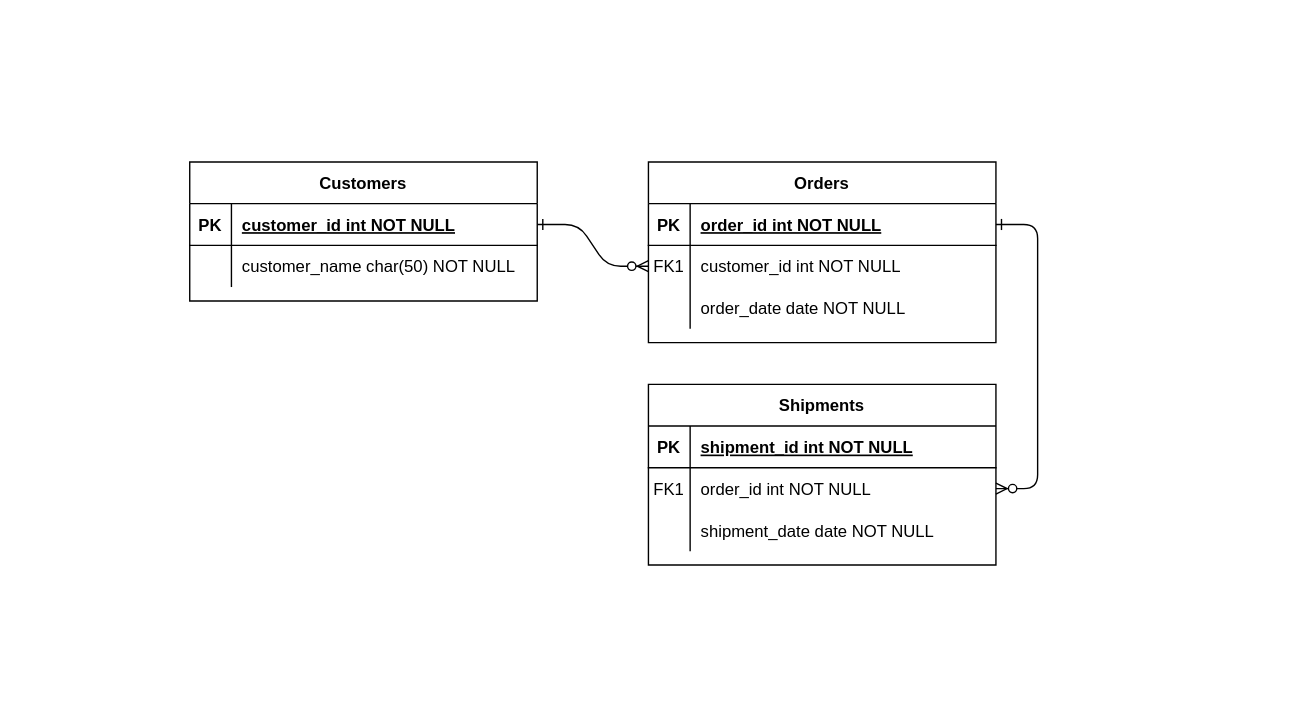
Earlier version of the draw.io diagram docs/ER.drawio (ggtoth/SnakeGame). Source tidied: cells renumbered, new cells numbered last; positions are measured from the earlier drawing's top-left corner, leaving out a move shared by most shapes. Both pictures are drawn from the tidied source at 139%, with x=0, y=0 at pixel (189, 161).
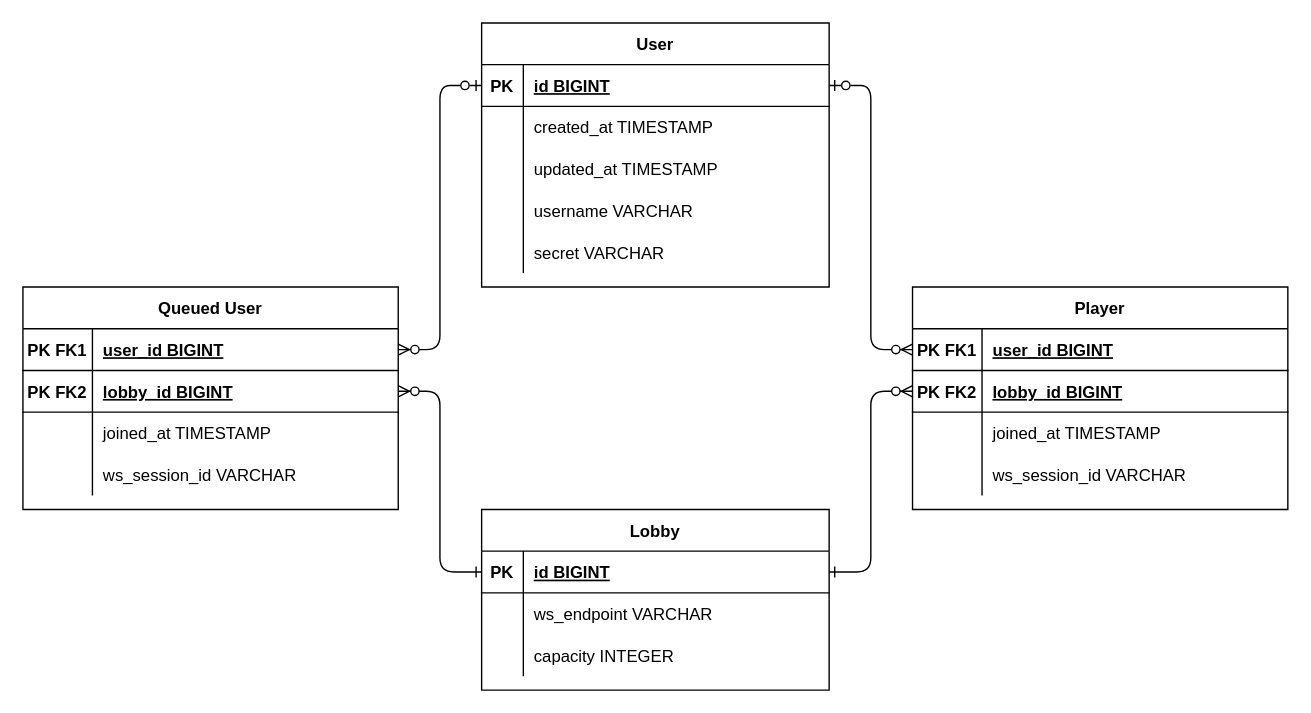
The same page after the edit.

The change refers to these unchanged cells:
```xml
<mxCell id="15" style="shape=partialRectangle;fillColor=none;points=[[0,0.5],[1,0.5]];portConstraint=eastwest;top=0;left=0;right=0;bottom=1;" parent="14" vertex="1">
  <mxGeometry y="30" width="250" height="30" as="geometry" />
</mxCell>
<mxCell id="18" style="shape=partialRectangle;fillColor=none;points=[[0,0.5],[1,0.5]];portConstraint=eastwest;top=0;left=0;right=0;bottom=0;" parent="14" vertex="1">
  <mxGeometry y="60" width="250" height="30" as="geometry" />
</mxCell>
```

Change to the diagram source:
```diff
@@
-    <mxCell id="2" style="edgeStyle=entityRelationEdgeStyle;endArrow=ERzeroToMany;startArrow=ERone;endFill=1;startFill=0;" parent="1" edge="1" source="25" target="8">
+    <mxCell id="2" style="edgeStyle=entityRelationEdgeStyle;endArrow=ERzeroToMany;startArrow=ERzeroToOne;endFill=1;startFill=0;" parent="1" edge="1" source="25" target="5">
       <mxGeometry relative="1" as="geometry" />
     </mxCell>
-    <mxCell id="3" style="edgeStyle=entityRelationEdgeStyle;endArrow=ERzeroToMany;startArrow=ERone;endFill=1;startFill=0;" parent="1" edge="1" source="5" target="18">
-      <mxGeometry relative="1" as="geometry" />
+    <mxCell id="3" style="edgeStyle=entityRelationEdgeStyle;endArrow=ERzeroToMany;startArrow=ERone;endFill=1;startFill=0;" parent="1" edge="1" source="15" target="31">
+      <mxGeometry relative="1" as="geometry">
+        <Array as="points">
+          <mxPoint x="610" y="410" />
+          <mxPoint x="580" y="50" />
+        </Array>
+      </mxGeometry>
     </mxCell>
-    <mxCell id="4" value="Orders" style="shape=table;startSize=30;childLayout=tableLayout;rowLines=0;fontStyle=1;align=center;" parent="1" vertex="1">
-      <mxGeometry x="330" width="250" height="130" as="geometry" />
+    <mxCell id="4" value="Player" style="shape=table;startSize=30;childLayout=tableLayout;rowLines=0;fontStyle=1;align=center;" parent="1" vertex="1">
+      <mxGeometry x="520" y="90" width="270" height="160" as="geometry" />
     </mxCell>
     <mxCell id="5" style="shape=partialRectangle;fillColor=none;points=[[0,0.5],[1,0.5]];portConstraint=eastwest;top=0;left=0;right=0;bottom=1;" parent="4" vertex="1">
-      <mxGeometry y="30" width="250" height="30" as="geometry" />
+      <mxGeometry y="30" width="270" height="30" as="geometry" />
     </mxCell>
-    <mxCell id="6" value="PK" style="shape=partialRectangle;overflow=hidden;fillColor=none;top=0;left=0;bottom=0;right=0;fontStyle=1;" parent="5" vertex="1">
-      <mxGeometry width="30" height="30" as="geometry" />
+    <mxCell id="6" value="PK FK1" style="shape=partialRectangle;overflow=hidden;fillColor=none;top=0;left=0;bottom=0;right=0;fontStyle=1;" parent="5" vertex="1">
+      <mxGeometry width="50" height="30" as="geometry" />
     </mxCell>
-    <mxCell id="7" value="order_id int NOT NULL " style="shape=partialRectangle;overflow=hidden;fillColor=none;top=0;left=0;bottom=0;right=0;align=left;spacingLeft=6;fontStyle=5;" parent="5" vertex="1">
-      <mxGeometry x="30" width="220" height="30" as="geometry" />
+    <mxCell id="7" value="user_id BIGINT" style="shape=partialRectangle;overflow=hidden;fillColor=none;top=0;left=0;bottom=0;right=0;align=left;spacingLeft=6;fontStyle=5;" parent="5" vertex="1">
+      <mxGeometry x="50" width="220" height="30" as="geometry" />
     </mxCell>
-    <mxCell id="8" style="shape=partialRectangle;fillColor=none;points=[[0,0.5],[1,0.5]];portConstraint=eastwest;top=0;left=0;right=0;bottom=0;" parent="4" vertex="1">
-      <mxGeometry y="60" width="250" height="30" as="geometry" />
-    </mxCell>
-    <mxCell id="9" value="FK1" style="shape=partialRectangle;overflow=hidden;fillColor=none;top=0;left=0;bottom=0;right=0;" parent="8" vertex="1">
-      <mxGeometry width="30" height="30" as="geometry" />
-    </mxCell>
-    <mxCell id="10" value="customer_id int NOT NULL" style="shape=partialRectangle;overflow=hidden;fillColor=none;top=0;left=0;bottom=0;right=0;align=left;spacingLeft=6;" parent="8" vertex="1">
-      <mxGeometry x="30" width="220" height="30" as="geometry" />
-    </mxCell>
-    <mxCell id="11" style="shape=partialRectangle;fillColor=none;top=0;left=0;right=0;bottom=0;" parent="4" vertex="1">
-      <mxGeometry y="90" width="250" height="30" as="geometry" />
-    </mxCell>
-    <mxCell id="12" style="shape=partialRectangle;overflow=hidden;fillColor=none;top=0;left=0;bottom=0;right=0;" parent="11" vertex="1">
-      <mxGeometry width="30" height="30" as="geometry" />
-    </mxCell>
-    <mxCell id="13" value="order_date date NOT NULL" style="shape=partialRectangle;overflow=hidden;fillColor=none;top=0;left=0;bottom=0;right=0;align=left;spacingLeft=6;" parent="11" vertex="1">
-      <mxGeometry x="30" width="220" height="30" as="geometry" />
-    </mxCell>
+    <mxCell id="31" style="shape=partialRectangle;fillColor=none;points=[[0,0.5],[1,0.5]];portConstraint=eastwest;top=0;left=0;right=0;bottom=1;" parent="4" vertex="1">
+      <mxGeometry y="60" width="270" height="30" as="geometry" />
+    </mxCell>
+    <mxCell id="32" value="PK FK2" style="shape=partialRectangle;overflow=hidden;fillColor=none;top=0;left=0;bottom=0;right=0;fontStyle=1;" parent="31" vertex="1">
+      <mxGeometry width="50" height="30" as="geometry" />
+    </mxCell>
+    <mxCell id="33" value="lobby_id BIGINT" style="shape=partialRectangle;overflow=hidden;fillColor=none;top=0;left=0;bottom=0;right=0;align=left;spacingLeft=6;fontStyle=5;" parent="31" vertex="1">
+      <mxGeometry x="50" width="220" height="30" as="geometry" />
+    </mxCell>
+    <mxCell id="34" style="shape=partialRectangle;fillColor=none;top=0;left=0;right=0;bottom=0;" parent="4" vertex="1">
+      <mxGeometry y="90" width="270" height="30" as="geometry" />
+    </mxCell>
+    <mxCell id="35" style="shape=partialRectangle;overflow=hidden;fillColor=none;top=0;left=0;bottom=0;right=0;" parent="34" vertex="1">
+      <mxGeometry width="50" height="30" as="geometry" />
+    </mxCell>
+    <mxCell id="36" value="joined_at TIMESTAMP" style="shape=partialRectangle;overflow=hidden;fillColor=none;top=0;left=0;bottom=0;right=0;align=left;spacingLeft=6;" parent="34" vertex="1">
+      <mxGeometry x="50" width="220" height="30" as="geometry" />
+    </mxCell>
+    <mxCell id="37" style="shape=partialRectangle;fillColor=none;top=0;left=0;right=0;bottom=0;" parent="4" vertex="1">
+      <mxGeometry y="120" width="270" height="30" as="geometry" />
+    </mxCell>
+    <mxCell id="38" style="shape=partialRectangle;overflow=hidden;fillColor=none;top=0;left=0;bottom=0;right=0;" parent="37" vertex="1">
+      <mxGeometry width="50" height="30" as="geometry" />
+    </mxCell>
+    <mxCell id="39" value="ws_session_id VARCHAR" style="shape=partialRectangle;overflow=hidden;fillColor=none;top=0;left=0;bottom=0;right=0;align=left;spacingLeft=6;" parent="37" vertex="1">
+      <mxGeometry x="50" width="220" height="30" as="geometry" />
+    </mxCell>
+    <mxCell id="24" value="User" style="shape=table;startSize=30;childLayout=tableLayout;rowLines=0;fontStyle=1;align=center;" parent="1" vertex="1">
+      <mxGeometry x="210" y="-100" width="250" height="190" as="geometry" />
+    </mxCell>
+    <mxCell id="25" style="shape=partialRectangle;fillColor=none;points=[[0,0.5],[1,0.5]];portConstraint=eastwest;top=0;left=0;right=0;bottom=1;" parent="24" vertex="1">
+      <mxGeometry y="30" width="250" height="30" as="geometry" />
+    </mxCell>
+    <mxCell id="26" value="PK" style="shape=partialRectangle;overflow=hidden;fillColor=none;top=0;left=0;bottom=0;right=0;fontStyle=1;" parent="25" vertex="1">
+      <mxGeometry width="30" height="30" as="geometry" />
+    </mxCell>
+    <mxCell id="27" value="id BIGINT" style="shape=partialRectangle;overflow=hidden;fillColor=none;top=0;left=0;bottom=0;right=0;align=left;spacingLeft=6;fontStyle=5;" parent="25" vertex="1">
+      <mxGeometry x="30" width="220" height="30" as="geometry" />
+    </mxCell>
+    <mxCell id="28" style="shape=partialRectangle;fillColor=none;top=0;left=0;right=0;bottom=0;" parent="24" vertex="1">
+      <mxGeometry y="60" width="250" height="30" as="geometry" />
+    </mxCell>
+    <mxCell id="29" style="shape=partialRectangle;overflow=hidden;fillColor=none;top=0;left=0;bottom=0;right=0;" parent="28" vertex="1">
+      <mxGeometry width="30" height="30" as="geometry" />
+    </mxCell>
+    <mxCell id="30" value="created_at TIMESTAMP" style="shape=partialRectangle;overflow=hidden;fillColor=none;top=0;left=0;bottom=0;right=0;align=left;spacingLeft=6;" parent="28" vertex="1">
+      <mxGeometry x="30" width="220" height="30" as="geometry" />
+    </mxCell>
+    <mxCell id="40" style="shape=partialRectangle;fillColor=none;top=0;left=0;right=0;bottom=0;" parent="24" vertex="1">
+      <mxGeometry y="90" width="250" height="30" as="geometry" />
+    </mxCell>
+    <mxCell id="41" style="shape=partialRectangle;overflow=hidden;fillColor=none;top=0;left=0;bottom=0;right=0;" parent="40" vertex="1">
+      <mxGeometry width="30" height="30" as="geometry" />
+    </mxCell>
+    <mxCell id="42" value="updated_at TIMESTAMP" style="shape=partialRectangle;overflow=hidden;fillColor=none;top=0;left=0;bottom=0;right=0;align=left;spacingLeft=6;" parent="40" vertex="1">
+      <mxGeometry x="30" width="220" height="30" as="geometry" />
+    </mxCell>
+    <mxCell id="43" style="shape=partialRectangle;fillColor=none;top=0;left=0;right=0;bottom=0;" parent="24" vertex="1">
+      <mxGeometry y="120" width="250" height="30" as="geometry" />
+    </mxCell>
+    <mxCell id="44" style="shape=partialRectangle;overflow=hidden;fillColor=none;top=0;left=0;bottom=0;right=0;" parent="43" vertex="1">
+      <mxGeometry width="30" height="30" as="geometry" />
+    </mxCell>
+    <mxCell id="45" value="username VARCHAR" style="shape=partialRectangle;overflow=hidden;fillColor=none;top=0;left=0;bottom=0;right=0;align=left;spacingLeft=6;" parent="43" vertex="1">
+      <mxGeometry x="30" width="220" height="30" as="geometry" />
+    </mxCell>
+    <mxCell id="46" style="shape=partialRectangle;fillColor=none;top=0;left=0;right=0;bottom=0;" parent="24" vertex="1">
+      <mxGeometry y="150" width="250" height="30" as="geometry" />
+    </mxCell>
+    <mxCell id="47" style="shape=partialRectangle;overflow=hidden;fillColor=none;top=0;left=0;bottom=0;right=0;" parent="46" vertex="1">
+      <mxGeometry width="30" height="30" as="geometry" />
+    </mxCell>
+    <mxCell id="48" value="secret VARCHAR" style="shape=partialRectangle;overflow=hidden;fillColor=none;top=0;left=0;bottom=0;right=0;align=left;spacingLeft=6;" parent="46" vertex="1">
+      <mxGeometry x="30" width="220" height="30" as="geometry" />
+    </mxCell>
-    <mxCell id="14" value="Shipments" style="shape=table;startSize=30;childLayout=tableLayout;rowLines=0;fontStyle=1;align=center;" parent="1" vertex="1">
-      <mxGeometry x="330" y="160" width="250" height="130" as="geometry" />
+    <mxCell id="14" value="Lobby" style="shape=table;startSize=30;childLayout=tableLayout;rowLines=0;fontStyle=1;align=center;" parent="1" vertex="1">
+      <mxGeometry x="210" y="250" width="250" height="130" as="geometry" />
     </mxCell>
@@
-    <mxCell id="17" value="shipment_id int NOT NULL " style="shape=partialRectangle;overflow=hidden;fillColor=none;top=0;left=0;bottom=0;right=0;align=left;spacingLeft=6;fontStyle=5;" parent="15" vertex="1">
+    <mxCell id="17" value="id BIGINT" style="shape=partialRectangle;overflow=hidden;fillColor=none;top=0;left=0;bottom=0;right=0;align=left;spacingLeft=6;fontStyle=5;" parent="15" vertex="1">
       <mxGeometry x="30" width="220" height="30" as="geometry" />
     </mxCell>
@@
-    <mxCell id="19" value="FK1" style="shape=partialRectangle;overflow=hidden;fillColor=none;top=0;left=0;bottom=0;right=0;" parent="18" vertex="1">
+    <mxCell id="19" style="shape=partialRectangle;overflow=hidden;fillColor=none;top=0;left=0;bottom=0;right=0;" parent="18" vertex="1">
       <mxGeometry width="30" height="30" as="geometry" />
     </mxCell>
-    <mxCell id="20" value="order_id int NOT NULL" style="shape=partialRectangle;overflow=hidden;fillColor=none;top=0;left=0;bottom=0;right=0;align=left;spacingLeft=6;" parent="18" vertex="1">
+    <mxCell id="20" value="ws_endpoint VARCHAR" style="shape=partialRectangle;overflow=hidden;fillColor=none;top=0;left=0;bottom=0;right=0;align=left;spacingLeft=6;" parent="18" vertex="1">
       <mxGeometry x="30" width="220" height="30" as="geometry" />
     </mxCell>
+    <mxCell id="49" style="shape=partialRectangle;fillColor=none;top=0;left=0;right=0;bottom=0;" parent="14" vertex="1">
+      <mxGeometry y="90" width="250" height="30" as="geometry" />
+    </mxCell>
+    <mxCell id="50" style="shape=partialRectangle;overflow=hidden;fillColor=none;top=0;left=0;bottom=0;right=0;" parent="49" vertex="1">
+      <mxGeometry width="30" height="30" as="geometry" />
+    </mxCell>
+    <mxCell id="51" value="capacity INTEGER" style="shape=partialRectangle;overflow=hidden;fillColor=none;top=0;left=0;bottom=0;right=0;align=left;spacingLeft=6;" parent="49" vertex="1">
+      <mxGeometry x="30" width="220" height="30" as="geometry" />
+    </mxCell>
+    <mxCell id="52" value="Queued User" style="shape=table;startSize=30;childLayout=tableLayout;rowLines=0;fontStyle=1;align=center;" parent="1" vertex="1">
+      <mxGeometry x="-120" y="90" width="270" height="160" as="geometry" />
+    </mxCell>
+    <mxCell id="53" style="shape=partialRectangle;fillColor=none;points=[[0,0.5],[1,0.5]];portConstraint=eastwest;top=0;left=0;right=0;bottom=1;" parent="52" vertex="1">
+      <mxGeometry y="30" width="270" height="30" as="geometry" />
+    </mxCell>
+    <mxCell id="54" value="PK FK1" style="shape=partialRectangle;overflow=hidden;fillColor=none;top=0;left=0;bottom=0;right=0;fontStyle=1;" parent="53" vertex="1">
+      <mxGeometry width="50" height="30" as="geometry" />
+    </mxCell>
+    <mxCell id="55" value="user_id BIGINT" style="shape=partialRectangle;overflow=hidden;fillColor=none;top=0;left=0;bottom=0;right=0;align=left;spacingLeft=6;fontStyle=5;" parent="53" vertex="1">
+      <mxGeometry x="50" width="220" height="30" as="geometry" />
+    </mxCell>
+    <mxCell id="56" style="shape=partialRectangle;fillColor=none;points=[[0,0.5],[1,0.5]];portConstraint=eastwest;top=0;left=0;right=0;bottom=1;" parent="52" vertex="1">
+      <mxGeometry y="60" width="270" height="30" as="geometry" />
+    </mxCell>
+    <mxCell id="57" value="PK FK2" style="shape=partialRectangle;overflow=hidden;fillColor=none;top=0;left=0;bottom=0;right=0;fontStyle=1;" parent="56" vertex="1">
+      <mxGeometry width="50" height="30" as="geometry" />
+    </mxCell>
+    <mxCell id="58" value="lobby_id BIGINT" style="shape=partialRectangle;overflow=hidden;fillColor=none;top=0;left=0;bottom=0;right=0;align=left;spacingLeft=6;fontStyle=5;" parent="56" vertex="1">
+      <mxGeometry x="50" width="220" height="30" as="geometry" />
+    </mxCell>
-    <mxCell id="21" style="shape=partialRectangle;fillColor=none;top=0;left=0;right=0;bottom=0;" parent="14" vertex="1">
-      <mxGeometry y="90" width="250" height="30" as="geometry" />
+    <mxCell id="21" style="shape=partialRectangle;fillColor=none;top=0;left=0;right=0;bottom=0;" parent="52" vertex="1">
+      <mxGeometry y="90" width="270" height="30" as="geometry" />
     </mxCell>
     <mxCell id="22" style="shape=partialRectangle;overflow=hidden;fillColor=none;top=0;left=0;bottom=0;right=0;" parent="21" vertex="1">
-      <mxGeometry width="30" height="30" as="geometry" />
+      <mxGeometry width="50" height="30" as="geometry" />
     </mxCell>
-    <mxCell id="23" value="shipment_date date NOT NULL" style="shape=partialRectangle;overflow=hidden;fillColor=none;top=0;left=0;bottom=0;right=0;align=left;spacingLeft=6;" parent="21" vertex="1">
-      <mxGeometry x="30" width="220" height="30" as="geometry" />
+    <mxCell id="23" value="joined_at TIMESTAMP" style="shape=partialRectangle;overflow=hidden;fillColor=none;top=0;left=0;bottom=0;right=0;align=left;spacingLeft=6;" parent="21" vertex="1">
+      <mxGeometry x="50" width="220" height="30" as="geometry" />
     </mxCell>
-    <mxCell id="24" value="Customers" style="shape=table;startSize=30;childLayout=tableLayout;rowLines=0;fontStyle=1;align=center;" parent="1" vertex="1">
-      <mxGeometry width="250" height="100" as="geometry" />
-    </mxCell>
-    <mxCell id="25" style="shape=partialRectangle;fillColor=none;points=[[0,0.5],[1,0.5]];portConstraint=eastwest;top=0;left=0;right=0;bottom=1;" parent="24" vertex="1">
-      <mxGeometry y="30" width="250" height="30" as="geometry" />
-    </mxCell>
-    <mxCell id="26" value="PK" style="shape=partialRectangle;overflow=hidden;fillColor=none;top=0;left=0;bottom=0;right=0;fontStyle=1;" parent="25" vertex="1">
-      <mxGeometry width="30" height="30" as="geometry" />
-    </mxCell>
-    <mxCell id="27" value="customer_id int NOT NULL " style="shape=partialRectangle;overflow=hidden;fillColor=none;top=0;left=0;bottom=0;right=0;align=left;spacingLeft=6;fontStyle=5;" parent="25" vertex="1">
-      <mxGeometry x="30" width="220" height="30" as="geometry" />
-    </mxCell>
-    <mxCell id="28" style="shape=partialRectangle;fillColor=none;top=0;left=0;right=0;bottom=0;" parent="24" vertex="1">
-      <mxGeometry y="60" width="250" height="30" as="geometry" />
-    </mxCell>
-    <mxCell id="29" style="shape=partialRectangle;overflow=hidden;fillColor=none;top=0;left=0;bottom=0;right=0;" parent="28" vertex="1">
-      <mxGeometry width="30" height="30" as="geometry" />
-    </mxCell>
-    <mxCell id="30" value="customer_name char(50) NOT NULL" style="shape=partialRectangle;overflow=hidden;fillColor=none;top=0;left=0;bottom=0;right=0;align=left;spacingLeft=6;" parent="28" vertex="1">
-      <mxGeometry x="30" width="220" height="30" as="geometry" />
-    </mxCell>
+    <mxCell id="59" style="shape=partialRectangle;fillColor=none;top=0;left=0;right=0;bottom=0;" parent="52" vertex="1">
+      <mxGeometry y="120" width="270" height="30" as="geometry" />
+    </mxCell>
+    <mxCell id="60" style="shape=partialRectangle;overflow=hidden;fillColor=none;top=0;left=0;bottom=0;right=0;" parent="59" vertex="1">
+      <mxGeometry width="50" height="30" as="geometry" />
+    </mxCell>
+    <mxCell id="61" value="ws_session_id VARCHAR" style="shape=partialRectangle;overflow=hidden;fillColor=none;top=0;left=0;bottom=0;right=0;align=left;spacingLeft=6;" parent="59" vertex="1">
+      <mxGeometry x="50" width="220" height="30" as="geometry" />
+    </mxCell>
+    <mxCell id="62" style="edgeStyle=entityRelationEdgeStyle;endArrow=ERzeroToMany;startArrow=ERone;endFill=1;startFill=0;" parent="1" edge="1" source="15" target="56">
+      <mxGeometry relative="1" as="geometry" />
+    </mxCell>
+    <mxCell id="63" style="edgeStyle=entityRelationEdgeStyle;endArrow=ERzeroToMany;startArrow=ERzeroToOne;endFill=1;startFill=0;" parent="1" edge="1" source="25" target="53">
+      <mxGeometry relative="1" as="geometry" />
+    </mxCell>
```
